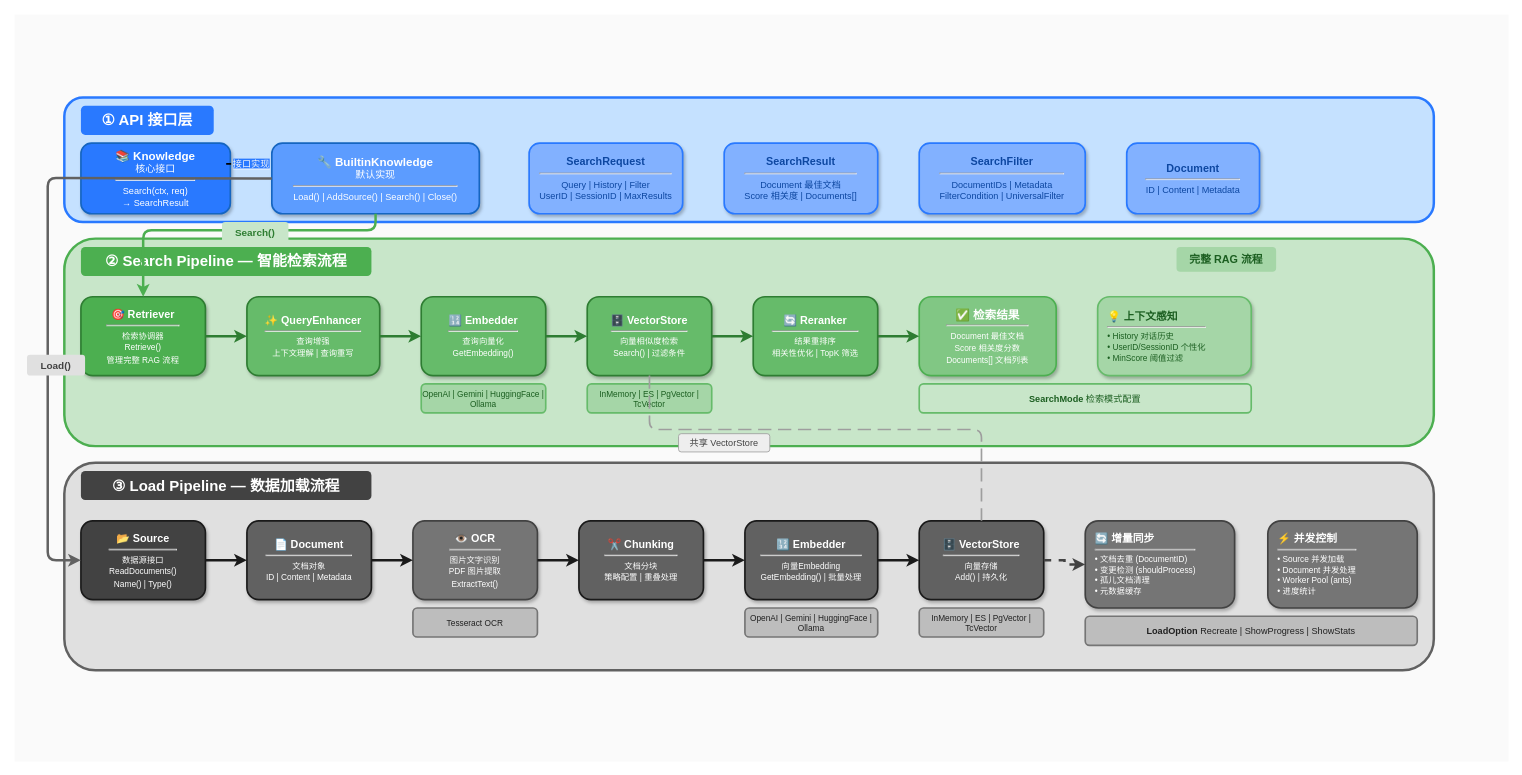
sandyskies/trpc-agent-go keeps this draw.io diagram as knowledge/knowledge_architecture.drawio. Above is the earlier version. Source tidied: cells renumbered, new cells numbered last; positions are measured from the earlier drawing's top-left corner, leaving out a move shared by most shapes. Both pictures are drawn from the tidied source at 83%, with x=0, y=0 at pixel (14, 14).
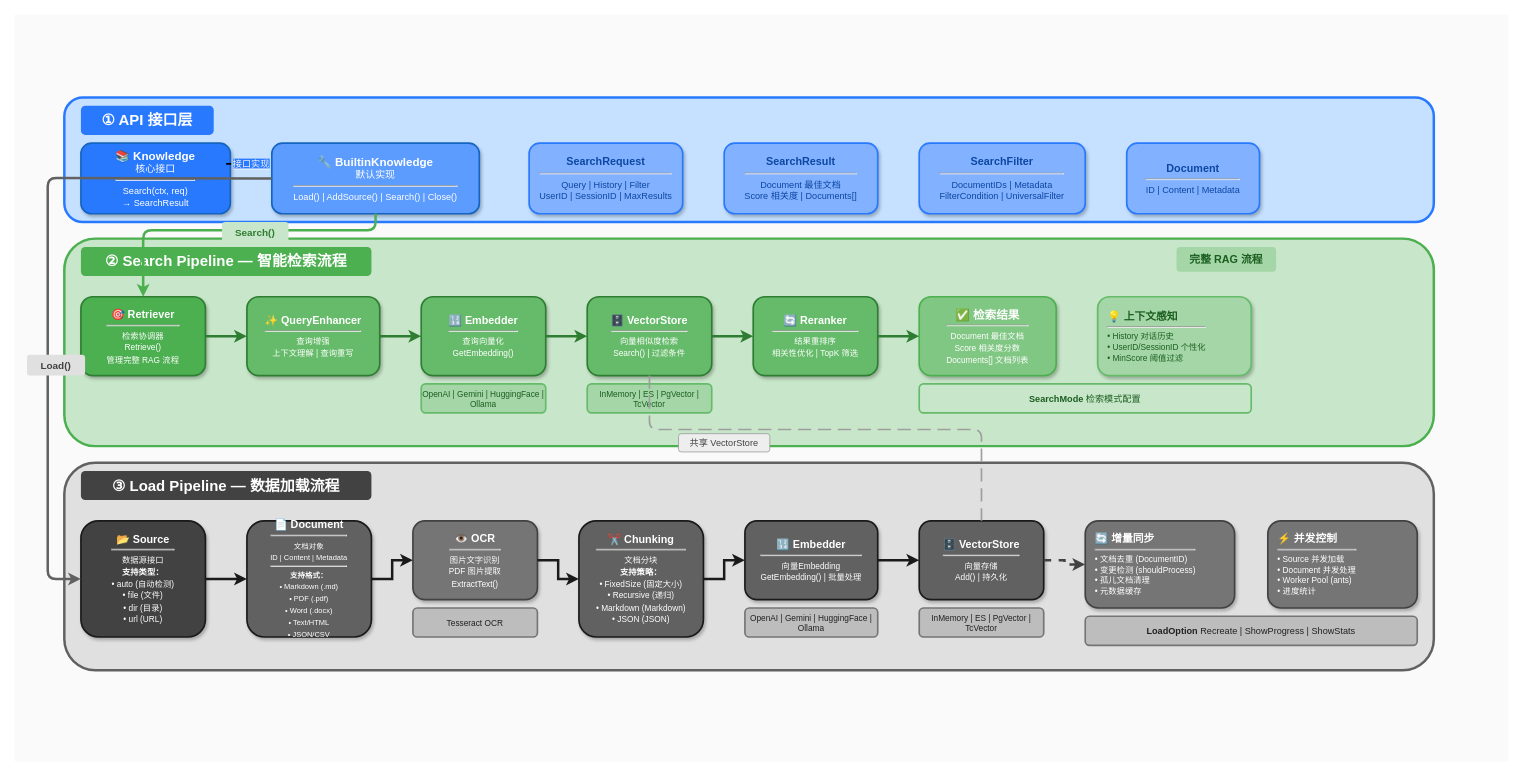
The same page after the edit.

What changed in the source:
```diff
@@
-    <mxCell id="31" value="&lt;b style=&quot;font-size:13px&quot;&gt;📂 Source&lt;/b&gt;&lt;hr style=&quot;margin:4px 0&quot;&gt;&lt;font style=&quot;font-size: 10px;&quot;&gt;数据源接口&lt;br&gt;ReadDocuments()&lt;br&gt;Name() | Type()&lt;/font&gt;" style="rounded=1;whiteSpace=wrap;html=1;fillColor=#424242;strokeColor=#1A1A1A;fontSize=12;align=center;fontColor=#ffffff;shadow=1;strokeWidth=2;fontFamily=PingFang SC;" parent="1" vertex="1">
-      <mxGeometry x="80" y="610" width="150" height="95" as="geometry" />
+    <mxCell id="31" value="&lt;b style=&quot;font-size:13px&quot;&gt;📂 Source&lt;/b&gt;&lt;hr style=&quot;margin:4px 0&quot;&gt;&lt;font style=&quot;font-size: 10px;&quot;&gt;数据源接口&lt;br&gt;&lt;b&gt;支持类型：&lt;/b&gt;&lt;br&gt;• auto (自动检测)&lt;br&gt;• file (文件)&lt;br&gt;• dir (目录)&lt;br&gt;• url (URL)&lt;/font&gt;" style="rounded=1;whiteSpace=wrap;html=1;fillColor=#424242;strokeColor=#1A1A1A;fontSize=12;align=center;fontColor=#ffffff;shadow=1;strokeWidth=2;fontFamily=PingFang SC;" parent="1" vertex="1">
+      <mxGeometry x="80" y="610" width="150" height="140" as="geometry" />
     </mxCell>
-    <mxCell id="32" value="&lt;b style=&quot;font-size:13px&quot;&gt;📄 Document&lt;/b&gt;&lt;hr style=&quot;margin:4px 0&quot;&gt;&lt;font style=&quot;font-size: 10px;&quot;&gt;文档对象&lt;br&gt;ID | Content | Metadata&lt;/font&gt;" style="rounded=1;whiteSpace=wrap;html=1;fillColor=#616161;strokeColor=#1A1A1A;fontSize=12;align=center;fontColor=#ffffff;shadow=1;strokeWidth=2;fontFamily=PingFang SC;" parent="1" vertex="1">
-      <mxGeometry x="280" y="610" width="150" height="95" as="geometry" />
+    <mxCell id="32" value="&lt;b style=&quot;font-size:13px&quot;&gt;📄 Document&lt;/b&gt;&lt;hr style=&quot;margin:4px 0&quot;&gt;&lt;font style=&quot;font-size: 9px;&quot;&gt;文档对象&lt;br&gt;ID | Content | Metadata&lt;br&gt;&lt;hr style=&quot;margin:2px 0&quot;&gt;&lt;b&gt;支持格式：&lt;/b&gt;&lt;br&gt;• Markdown (.md)&lt;br&gt;• PDF (.pdf)&lt;br&gt;• Word (.docx)&lt;br&gt;• Text/HTML&lt;br&gt;• JSON/CSV&lt;/font&gt;" style="rounded=1;whiteSpace=wrap;html=1;fillColor=#616161;strokeColor=#1A1A1A;fontSize=12;align=center;fontColor=#ffffff;shadow=1;strokeWidth=2;fontFamily=PingFang SC;" parent="1" vertex="1">
+      <mxGeometry x="280" y="610" width="150" height="140" as="geometry" />
     </mxCell>
@@
-    <mxCell id="35" value="&lt;b style=&quot;font-size:13px&quot;&gt;✂️ Chunking&lt;/b&gt;&lt;hr style=&quot;margin:4px 0&quot;&gt;&lt;font style=&quot;font-size: 10px;&quot;&gt;文档分块&lt;br&gt;策略配置 | 重叠处理&lt;/font&gt;" style="rounded=1;whiteSpace=wrap;html=1;fillColor=#616161;strokeColor=#1A1A1A;fontSize=12;align=center;fontColor=#ffffff;shadow=1;strokeWidth=2;fontFamily=PingFang SC;" parent="1" vertex="1">
-      <mxGeometry x="680" y="610" width="150" height="95" as="geometry" />
+    <mxCell id="35" value="&lt;b style=&quot;font-size:13px&quot;&gt;✂️ Chunking&lt;/b&gt;&lt;hr style=&quot;margin:4px 0&quot;&gt;&lt;font style=&quot;font-size: 10px;&quot;&gt;文档分块&lt;br&gt;&lt;b&gt;支持策略：&lt;/b&gt;&lt;br&gt;• FixedSize (固定大小)&lt;br&gt;• Recursive (递归)&lt;br&gt;• Markdown (Markdown)&lt;br&gt;• JSON (JSON)&lt;/font&gt;" style="rounded=1;whiteSpace=wrap;html=1;fillColor=#616161;strokeColor=#1A1A1A;fontSize=12;align=center;fontColor=#ffffff;shadow=1;strokeWidth=2;fontFamily=PingFang SC;" parent="1" vertex="1">
+      <mxGeometry x="680" y="610" width="150" height="140" as="geometry" />
     </mxCell>
```
